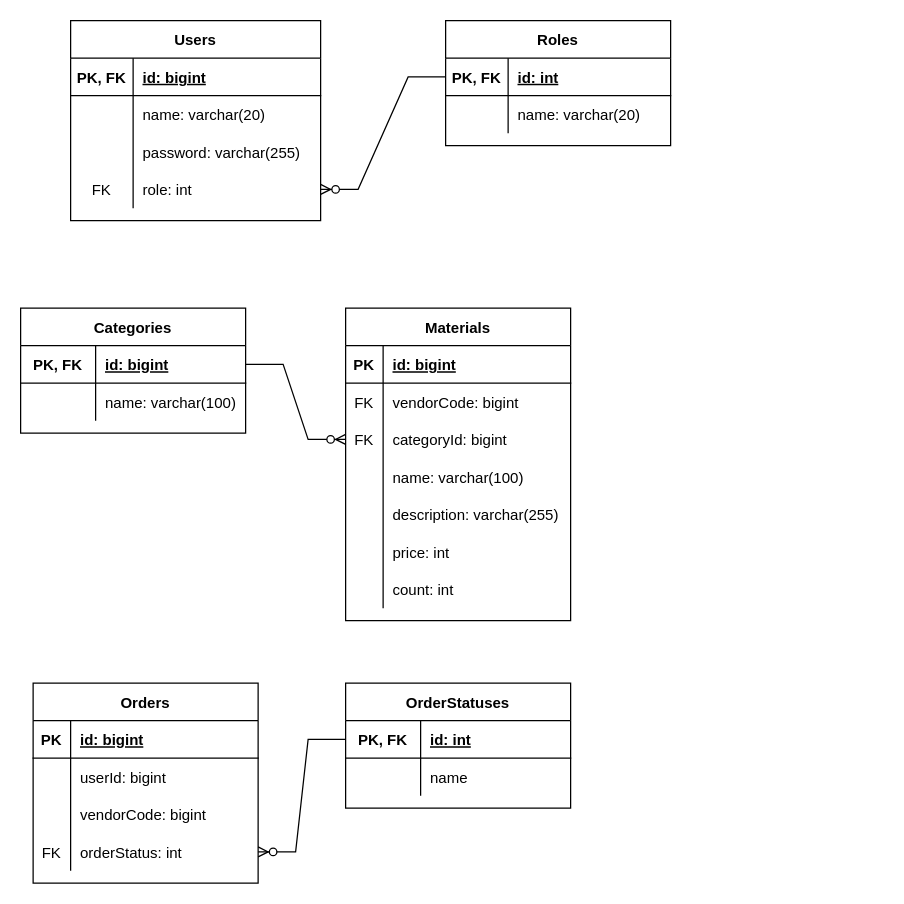
Before: back/db/HSQLDBSchema.drawio in Atljh0987/courseShop, a draw.io diagram. Source tidied: cells renumbered, new cells numbered last; positions are measured from the earlier drawing's top-left corner, leaving out a move shared by most shapes. Both pictures are drawn from the tidied source at 125%, with x=0, y=0 at pixel (20, 20).
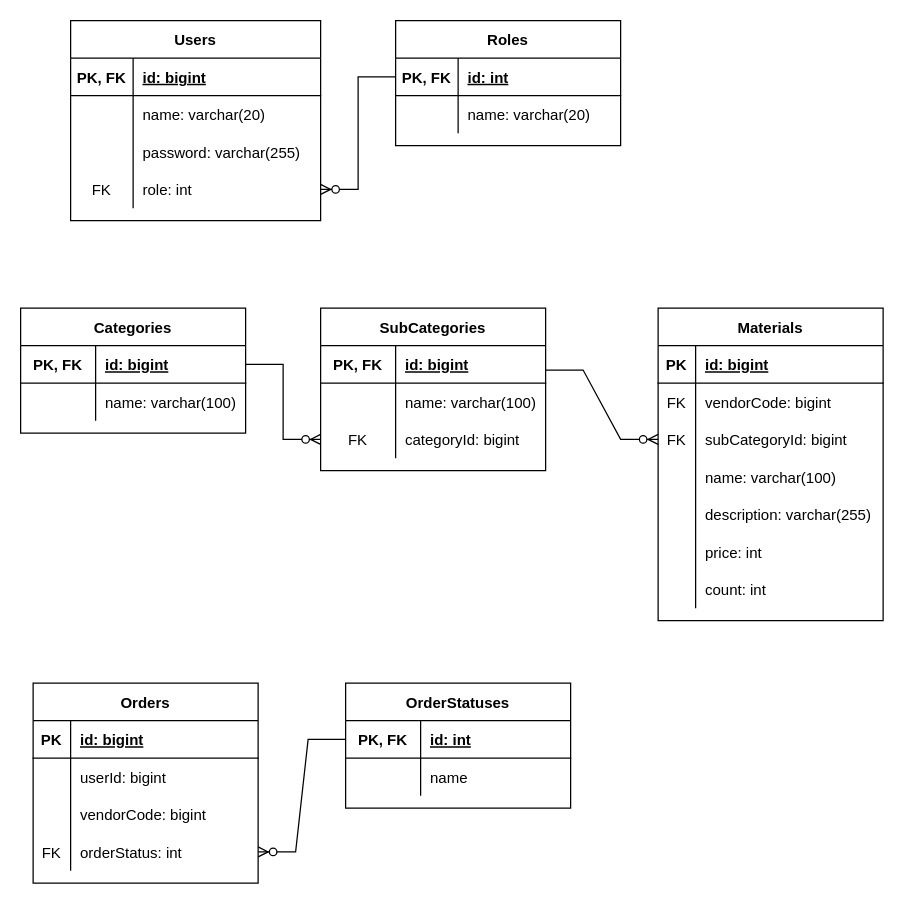
Above is the later version.

Unchanged cells that the change refers to:
```xml
<mxCell id="9" style="shape=tableRow;horizontal=0;startSize=0;swimlaneHead=0;swimlaneBody=0;fillColor=none;points=[[0,0.5],[1,0.5]];portConstraint=eastwest;top=0;left=0;right=0;bottom=0;" parent="2" vertex="1">
  <mxGeometry y="90" width="180" height="30" as="geometry" />
</mxCell>
<mxCell id="25" style="shape=tableRow;horizontal=0;startSize=0;swimlaneHead=0;swimlaneBody=0;fillColor=none;points=[[0,0.5],[1,0.5]];portConstraint=eastwest;top=0;left=0;right=0;bottom=1;" parent="24" vertex="1">
  <mxGeometry y="30" width="180" height="30" as="geometry" />
</mxCell>
```

Diff of the diagram source:
```diff
@@
     <mxCell id="2" value="Materials" style="shape=table;startSize=30;childLayout=tableLayout;rowLines=0;fontStyle=1;align=center;" parent="1" vertex="1">
-      <mxGeometry x="260" y="230" width="180" height="250" as="geometry" />
+      <mxGeometry x="510" y="230" width="180" height="250" as="geometry" />
     </mxCell>
@@
-    <mxCell id="11" value="categoryId: bigint" style="shape=partialRectangle;fillColor=none;top=0;left=0;bottom=0;right=0;align=left;spacingLeft=6;overflow=hidden;" parent="9" vertex="1">
+    <mxCell id="11" value="subCategoryId: bigint" style="shape=partialRectangle;fillColor=none;top=0;left=0;bottom=0;right=0;align=left;spacingLeft=6;overflow=hidden;" parent="9" vertex="1">
       <mxGeometry x="30" width="150" height="30" as="geometry" />
     </mxCell>
@@
     <mxCell id="31" value="Roles" style="shape=table;startSize=30;childLayout=tableLayout;rowLines=0;fontStyle=1;align=center;" parent="1" vertex="1">
-      <mxGeometry x="340" width="180" height="100" as="geometry" />
+      <mxGeometry x="300" width="180" height="100" as="geometry" />
     </mxCell>
@@
-    <mxCell id="51" style="edgeStyle=entityRelationEdgeStyle;fontSize=12;html=1;endArrow=ERzeroToMany;endFill=1;rounded=0;exitX=1;exitY=0.5;exitDx=0;exitDy=0;entryX=0;entryY=0.5;entryDx=0;entryDy=0;" parent="1" edge="1" source="25" target="9">
+    <mxCell id="51" style="edgeStyle=entityRelationEdgeStyle;fontSize=12;html=1;endArrow=ERzeroToMany;endFill=1;rounded=0;exitX=1;exitY=0.5;exitDx=0;exitDy=0;entryX=0;entryY=0.5;entryDx=0;entryDy=0;" parent="1" edge="1" source="25" target="81">
       <mxGeometry relative="1" as="geometry" />
     </mxCell>
@@
+    <mxCell id="74" value="SubCategories" style="shape=table;startSize=30;childLayout=tableLayout;rowLines=0;fontStyle=1;align=center;" parent="1" vertex="1">
+      <mxGeometry x="240" y="230" width="180" height="130" as="geometry" />
+    </mxCell>
+    <mxCell id="75" style="shape=tableRow;horizontal=0;startSize=0;swimlaneHead=0;swimlaneBody=0;fillColor=none;top=0;left=0;right=0;bottom=1;" parent="74" vertex="1">
+      <mxGeometry y="30" width="180" height="30" as="geometry" />
+    </mxCell>
+    <mxCell id="76" value="PK, FK" style="shape=partialRectangle;fillColor=none;top=0;left=0;bottom=0;right=0;fontStyle=1;overflow=hidden;" parent="75" vertex="1">
+      <mxGeometry width="60" height="30" as="geometry" />
+    </mxCell>
+    <mxCell id="77" value="id: bigint" style="shape=partialRectangle;fillColor=none;top=0;left=0;bottom=0;right=0;align=left;spacingLeft=6;fontStyle=5;overflow=hidden;" parent="75" vertex="1">
+      <mxGeometry x="60" width="120" height="30" as="geometry" />
+    </mxCell>
+    <mxCell id="78" style="shape=tableRow;horizontal=0;startSize=0;swimlaneHead=0;swimlaneBody=0;fillColor=none;top=0;left=0;right=0;bottom=0;" parent="74" vertex="1">
+      <mxGeometry y="60" width="180" height="30" as="geometry" />
+    </mxCell>
+    <mxCell id="79" style="shape=partialRectangle;fillColor=none;top=0;left=0;bottom=0;right=0;overflow=hidden;" parent="78" vertex="1">
+      <mxGeometry width="60" height="30" as="geometry" />
+    </mxCell>
+    <mxCell id="80" value="name: varchar(100)" style="shape=partialRectangle;fillColor=none;top=0;left=0;bottom=0;right=0;align=left;spacingLeft=6;overflow=hidden;" parent="78" vertex="1">
+      <mxGeometry x="60" width="120" height="30" as="geometry" />
+    </mxCell>
+    <mxCell id="81" style="shape=tableRow;horizontal=0;startSize=0;swimlaneHead=0;swimlaneBody=0;fillColor=none;points=[[0,0.5],[1,0.5]];portConstraint=eastwest;top=0;left=0;right=0;bottom=0;" parent="74" vertex="1">
+      <mxGeometry y="90" width="180" height="30" as="geometry" />
+    </mxCell>
+    <mxCell id="82" value="FK" style="shape=partialRectangle;fillColor=none;top=0;left=0;bottom=0;right=0;overflow=hidden;" parent="81" vertex="1">
+      <mxGeometry width="60" height="30" as="geometry" />
+    </mxCell>
+    <mxCell id="83" value="categoryId: bigint" style="shape=partialRectangle;fillColor=none;top=0;left=0;bottom=0;right=0;align=left;spacingLeft=6;overflow=hidden;" parent="81" vertex="1">
+      <mxGeometry x="60" width="120" height="30" as="geometry" />
+    </mxCell>
+    <mxCell id="84" style="edgeStyle=entityRelationEdgeStyle;fontSize=12;html=1;endArrow=ERzeroToMany;endFill=1;rounded=0;exitX=1;exitY=0.5;exitDx=0;exitDy=0;entryX=0;entryY=0.5;entryDx=0;entryDy=0;" parent="1" edge="1" target="9">
+      <mxGeometry relative="1" as="geometry">
+        <mxPoint x="420" y="279.5" as="sourcePoint" />
+      </mxGeometry>
+    </mxCell>
```
